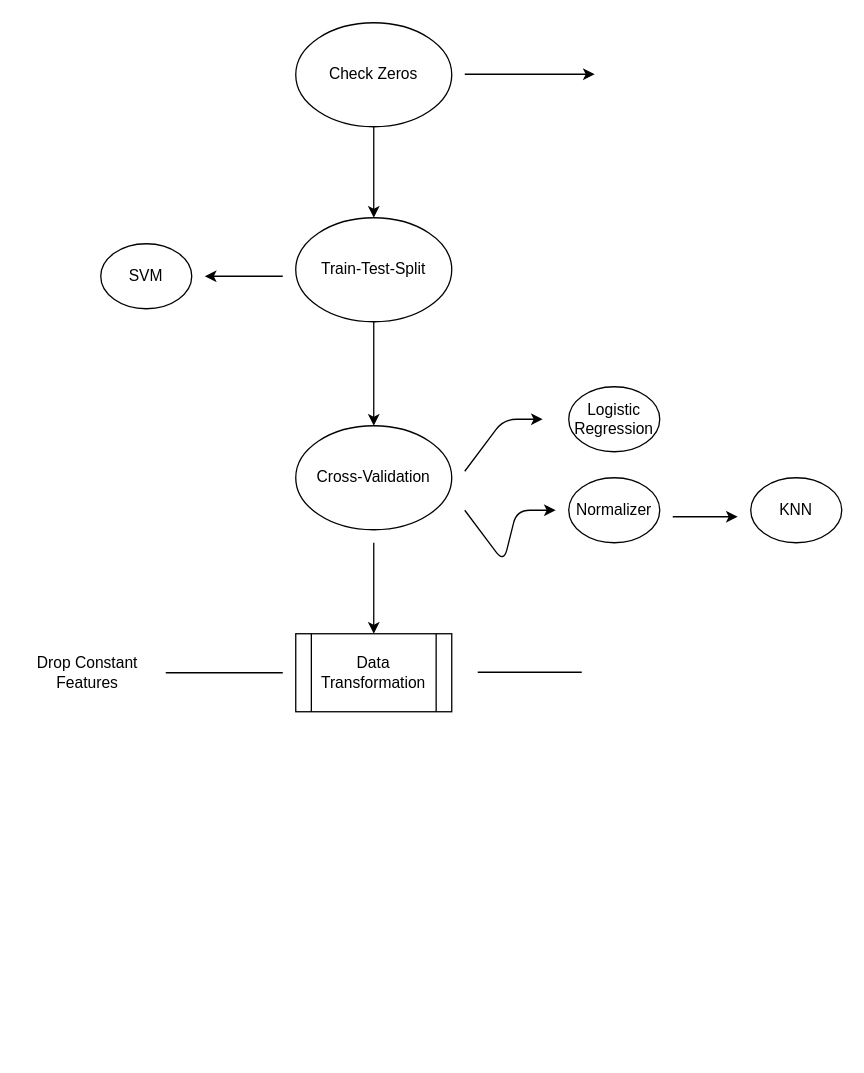
acicca01/cyber keeps this draw.io diagram as Process Flow.drawio. Above is the earlier version. Source tidied: cells renumbered, new cells numbered last; positions are measured from the earlier drawing's top-left corner, leaving out a move shared by most shapes. Both pictures are drawn from the tidied source at 130%, with x=0, y=0 at pixel (22, 22).
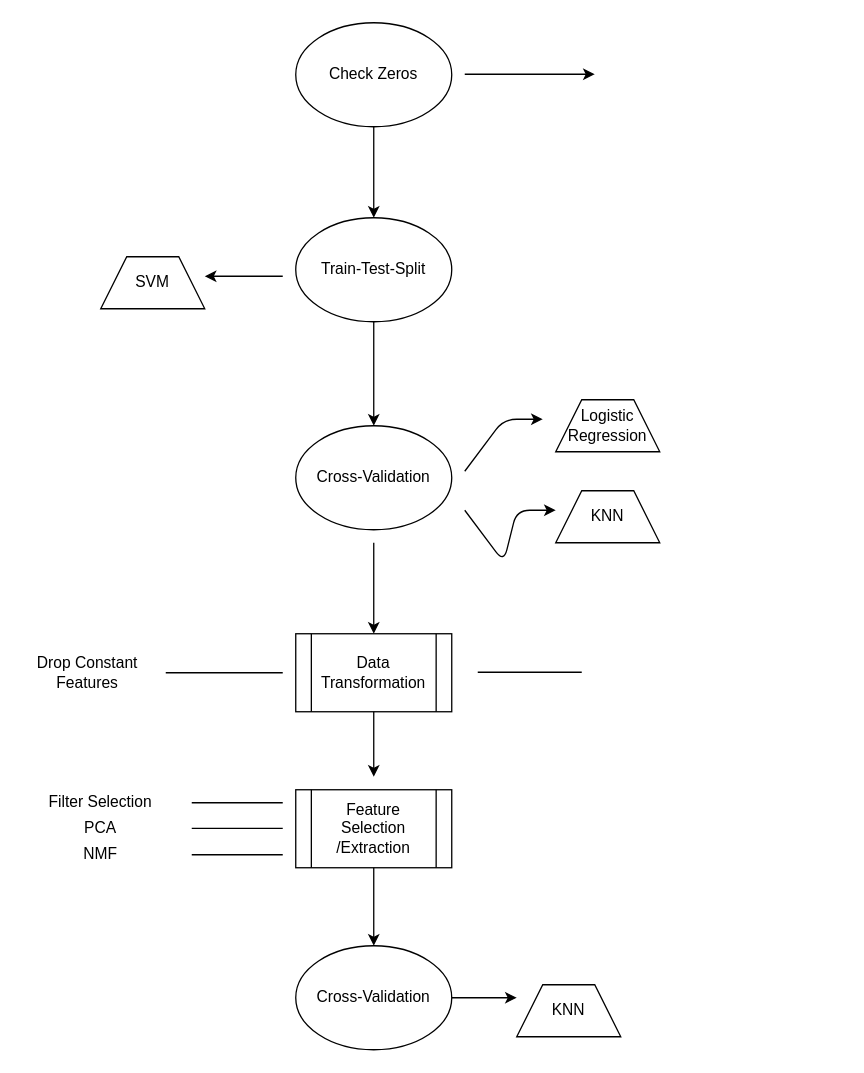
The same diagram, later.

The change refers to these unchanged cells:
```xml
<mxCell id="17" value="Data Transformation" style="shape=process;whiteSpace=wrap;html=1;backgroundOutline=1;" parent="1" vertex="1">
  <mxGeometry x="210" y="470" width="120" height="60" as="geometry" />
</mxCell>
```

Diff of the diagram source:
```diff
@@
-    <mxCell id="7" value="SVM" style="ellipse;whiteSpace=wrap;html=1;" parent="1" vertex="1">
-      <mxGeometry x="60" y="170" width="70" height="50" as="geometry" />
-    </mxCell>
@@
-    <mxCell id="11" value="Normalizer" style="ellipse;whiteSpace=wrap;html=1;" parent="1" vertex="1">
-      <mxGeometry x="420" y="350" width="70" height="50" as="geometry" />
-    </mxCell>
@@
-    <mxCell id="13" value="Logistic Regression" style="ellipse;whiteSpace=wrap;html=1;" parent="1" vertex="1">
-      <mxGeometry x="420" y="280" width="70" height="50" as="geometry" />
-    </mxCell>
-    <mxCell id="14" style="endArrow=classic;html=1;" parent="1" edge="1">
-      <mxGeometry relative="1" as="geometry">
-        <mxPoint x="500" y="380" as="sourcePoint" />
-        <mxPoint x="550" y="380" as="targetPoint" />
-      </mxGeometry>
-    </mxCell>
-    <mxCell id="15" value="KNN" style="ellipse;whiteSpace=wrap;html=1;" parent="1" vertex="1">
-      <mxGeometry x="560" y="350" width="70" height="50" as="geometry" />
-    </mxCell>
@@
+    <mxCell id="21" style="endArrow=classic;html=1;exitX=0.5;exitY=1;exitDx=0;exitDy=0;" parent="1" edge="1" source="17">
+      <mxGeometry relative="1" as="geometry">
+        <mxPoint x="270" y="580" as="targetPoint" />
+      </mxGeometry>
+    </mxCell>
+    <mxCell id="22" value="Feature Selection&lt;br&gt;/Extraction" style="shape=process;whiteSpace=wrap;html=1;backgroundOutline=1;" parent="1" vertex="1">
+      <mxGeometry x="210" y="590" width="120" height="60" as="geometry" />
+    </mxCell>
+    <mxCell id="23" style="endArrow=none;html=1;" parent="1" edge="1">
+      <mxGeometry relative="1" as="geometry">
+        <mxPoint x="130" y="600" as="sourcePoint" />
+        <mxPoint x="200" y="600" as="targetPoint" />
+      </mxGeometry>
+    </mxCell>
+    <mxCell id="24" style="endArrow=none;html=1;" parent="1" edge="1">
+      <mxGeometry relative="1" as="geometry">
+        <mxPoint x="130" y="619.7" as="sourcePoint" />
+        <mxPoint x="200" y="619.7" as="targetPoint" />
+      </mxGeometry>
+    </mxCell>
+    <mxCell id="25" style="endArrow=none;html=1;" parent="1" edge="1">
+      <mxGeometry relative="1" as="geometry">
+        <mxPoint x="130" y="640" as="sourcePoint" />
+        <mxPoint x="200" y="640" as="targetPoint" />
+      </mxGeometry>
+    </mxCell>
+    <mxCell id="26" value="Filter Selection" style="text;html=1;strokeColor=none;fillColor=none;align=center;verticalAlign=middle;whiteSpace=wrap;rounded=0;" parent="1" vertex="1">
+      <mxGeometry x="10" y="590" width="100" height="20" as="geometry" />
+    </mxCell>
+    <mxCell id="27" value="PCA" style="text;html=1;strokeColor=none;fillColor=none;align=center;verticalAlign=middle;whiteSpace=wrap;rounded=0;" parent="1" vertex="1">
+      <mxGeometry x="10" y="610" width="100" height="20" as="geometry" />
+    </mxCell>
+    <mxCell id="28" value="NMF" style="text;html=1;strokeColor=none;fillColor=none;align=center;verticalAlign=middle;whiteSpace=wrap;rounded=0;" parent="1" vertex="1">
+      <mxGeometry x="10" y="630" width="100" height="20" as="geometry" />
+    </mxCell>
+    <mxCell id="29" value="Cross-Validation" style="ellipse;whiteSpace=wrap;html=1;" parent="1" vertex="1">
+      <mxGeometry x="210" y="710" width="120" height="80" as="geometry" />
+    </mxCell>
+    <mxCell id="30" style="endArrow=classic;html=1;exitX=0.5;exitY=1;exitDx=0;exitDy=0;" parent="1" edge="1" source="22">
+      <mxGeometry relative="1" as="geometry">
+        <mxPoint x="270" y="710" as="targetPoint" />
+      </mxGeometry>
+    </mxCell>
+    <mxCell id="7" value="&lt;span&gt;SVM&lt;/span&gt;" style="shape=trapezoid;perimeter=trapezoidPerimeter;whiteSpace=wrap;html=1;fixedSize=1;" parent="1" vertex="1">
+      <mxGeometry x="60" y="180" width="80" height="40" as="geometry" />
+    </mxCell>
+    <mxCell id="13" value="Logistic Regression" style="shape=trapezoid;perimeter=trapezoidPerimeter;whiteSpace=wrap;html=1;fixedSize=1;" parent="1" vertex="1">
+      <mxGeometry x="410" y="290" width="80" height="40" as="geometry" />
+    </mxCell>
+    <mxCell id="31" value="KNN" style="shape=trapezoid;perimeter=trapezoidPerimeter;whiteSpace=wrap;html=1;fixedSize=1;" parent="1" vertex="1">
+      <mxGeometry x="410" y="360" width="80" height="40" as="geometry" />
+    </mxCell>
+    <mxCell id="32" value="KNN" style="shape=trapezoid;perimeter=trapezoidPerimeter;whiteSpace=wrap;html=1;fixedSize=1;" parent="1" vertex="1">
+      <mxGeometry x="380" y="740" width="80" height="40" as="geometry" />
+    </mxCell>
+    <mxCell id="33" style="endArrow=classic;html=1;exitX=1;exitY=0.5;exitDx=0;exitDy=0;" parent="1" edge="1" source="29">
+      <mxGeometry relative="1" as="geometry">
+        <mxPoint x="380" y="750" as="targetPoint" />
+        <Array as="points">
+          <mxPoint x="350" y="750" />
+        </Array>
+      </mxGeometry>
+    </mxCell>
```
